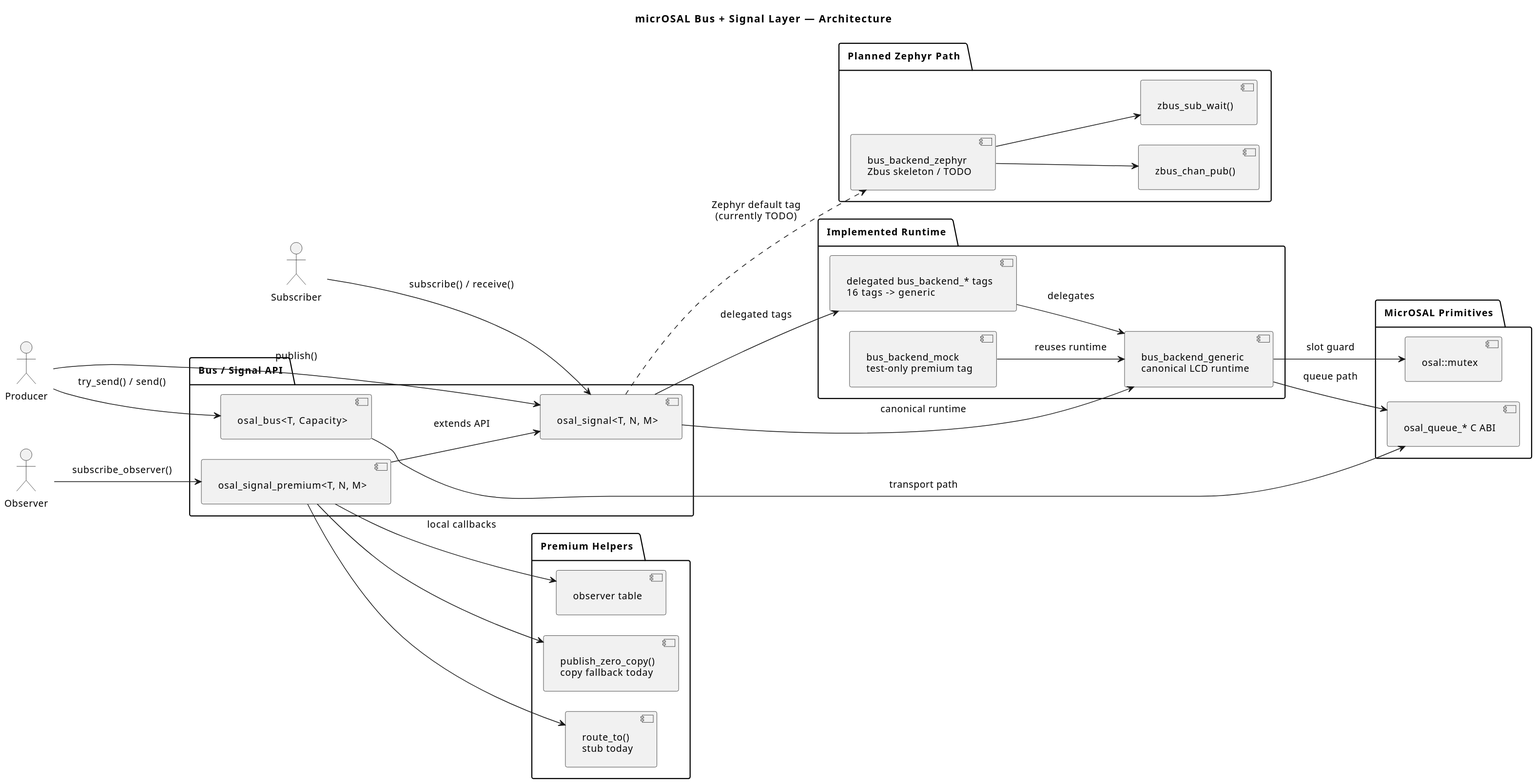
jwbmwv/micrOSAL keeps this PlantUML diagram as docs/diagrams/bus_architecture.svg. Above is the earlier version. Its diagram source:
```plantuml
@startuml
!include _render_profile.puml

title micrOSAL Bus + Signal Layer — Architecture
left to right direction

actor Producer
actor Subscriber
actor Observer

package "Bus / Signal API" {
    component "osal_bus<T, Capacity>" as BUS
    component "osal_signal<T, N, M>" as SIGNAL
    component "osal_signal_premium<T, N, M>" as PREMIUM
}

package "Implemented Runtime" {
    component "bus_backend_generic\ncanonical LCD runtime" as GEN
    component "delegated bus_backend_* tags\n16 tags -> generic" as DEL
    component "bus_backend_mock\ntest-only premium tag" as MOCK
}

package "Premium Helpers" {
    component "observer table" as OBS
    component "publish_zero_copy()\ncopy fallback today" as ZCOPY
    component "route_to()\nstub today" as ROUTE
}

package "Planned Zephyr Path" {
    component "bus_backend_zephyr\nZbus skeleton / TODO" as ZEP
    component "zbus_chan_pub()" as ZPUB
    component "zbus_sub_wait()" as ZWAIT
}

package "MicrOSAL Primitives" {
    component "osal_queue_* C ABI" as QABI
    component "osal::mutex" as MUTEX
}

Producer --> BUS : try_send() / send()
Producer --> SIGNAL : publish()
Subscriber --> SIGNAL : subscribe() / receive()
Observer --> PREMIUM : subscribe_observer()

PREMIUM --> SIGNAL : extends API
SIGNAL --> GEN : canonical runtime
SIGNAL --> DEL : delegated tags
SIGNAL ..> ZEP : Zephyr default tag\n(currently TODO)
BUS --> QABI : transport path
GEN --> QABI : queue path
GEN --> MUTEX : slot guard
DEL --> GEN : delegates
MOCK --> GEN : reuses runtime
PREMIUM --> OBS : local callbacks
PREMIUM --> ZCOPY
PREMIUM --> ROUTE
ZEP --> ZPUB
ZEP --> ZWAIT
@enduml
```
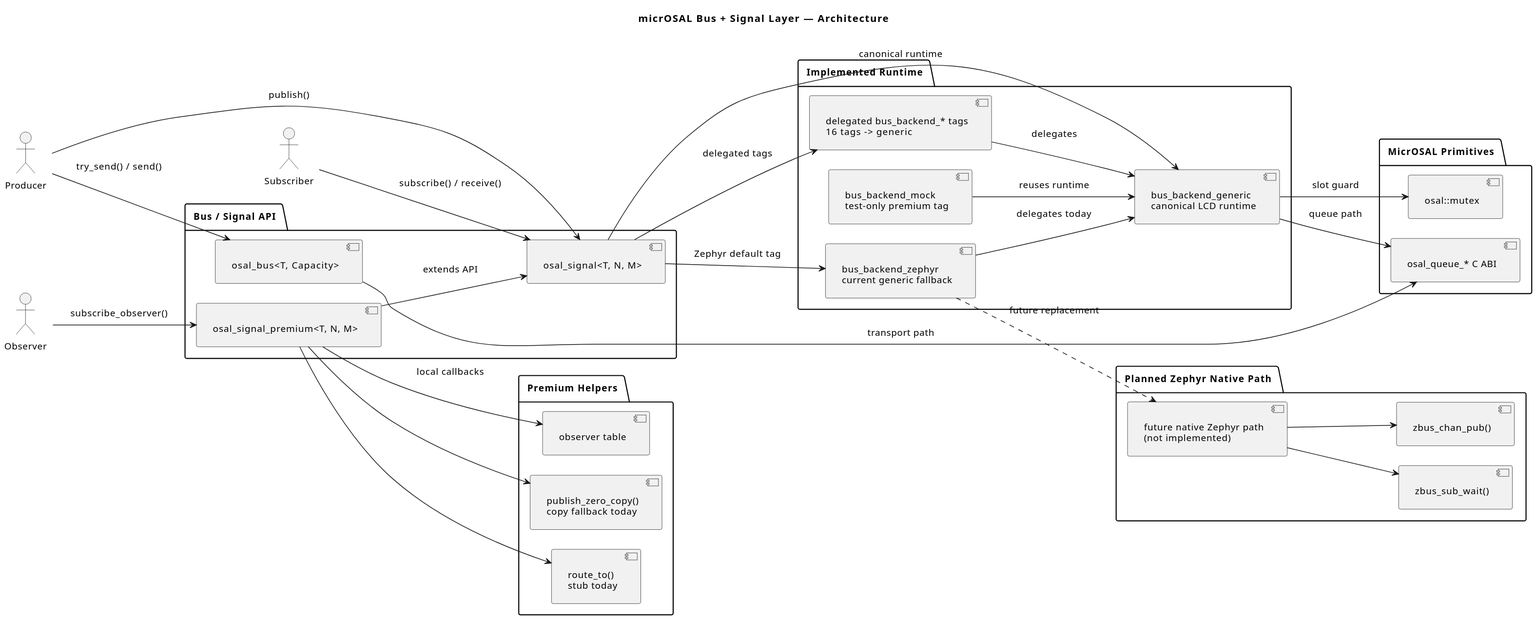
Above is the later version.

Change to the diagram source:
```diff
@@ -17,6 +17,7 @@
 package "Implemented Runtime" {
     component "bus_backend_generic\ncanonical LCD runtime" as GEN
     component "delegated bus_backend_* tags\n16 tags -> generic" as DEL
+    component "bus_backend_zephyr\ncurrent generic fallback" as ZEP
     component "bus_backend_mock\ntest-only premium tag" as MOCK
 }
 
@@ -26,8 +27,8 @@
     component "route_to()\nstub today" as ROUTE
 }
 
-package "Planned Zephyr Path" {
-    component "bus_backend_zephyr\nZbus skeleton / TODO" as ZEP
+package "Planned Zephyr Native Path" {
+    component "future native Zephyr path\n(not implemented)" as ZEP_NATIVE
     component "zbus_chan_pub()" as ZPUB
     component "zbus_sub_wait()" as ZWAIT
 }
@@ -45,15 +46,17 @@
 PREMIUM --> SIGNAL : extends API
 SIGNAL --> GEN : canonical runtime
 SIGNAL --> DEL : delegated tags
-SIGNAL ..> ZEP : Zephyr default tag\n(currently TODO)
+SIGNAL --> ZEP : Zephyr default tag
 BUS --> QABI : transport path
 GEN --> QABI : queue path
 GEN --> MUTEX : slot guard
 DEL --> GEN : delegates
+ZEP --> GEN : delegates today
 MOCK --> GEN : reuses runtime
 PREMIUM --> OBS : local callbacks
 PREMIUM --> ZCOPY
 PREMIUM --> ROUTE
-ZEP --> ZPUB
-ZEP --> ZWAIT
+ZEP ..> ZEP_NATIVE : future replacement
+ZEP_NATIVE --> ZPUB
+ZEP_NATIVE --> ZWAIT
 @enduml
```
